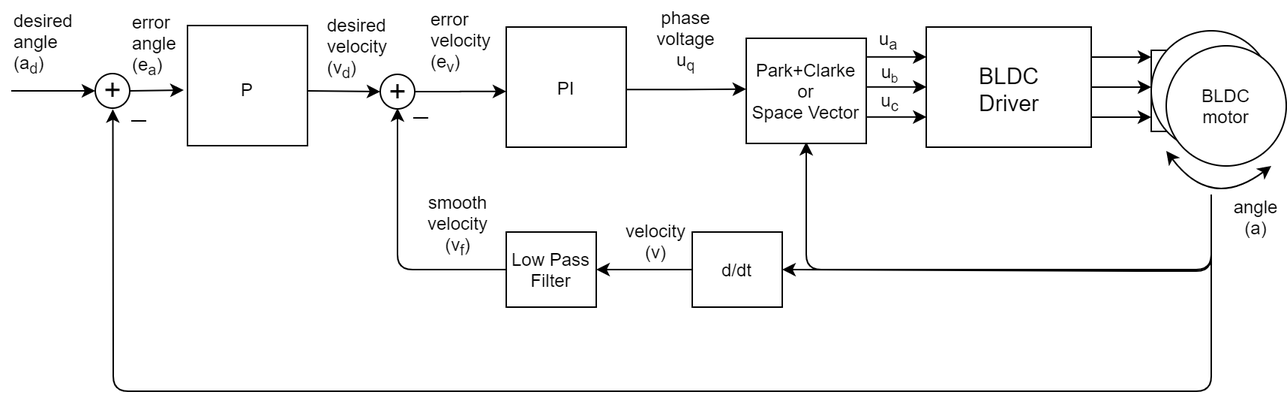
Earlier version of the draw.io export extras/Images/angle_loop.png (zhangzq71/Arduino-FOC). Source tidied: cells renumbered, new cells last; positions are measured from the earlier drawing's top-left corner, leaving out a move shared by most shapes.
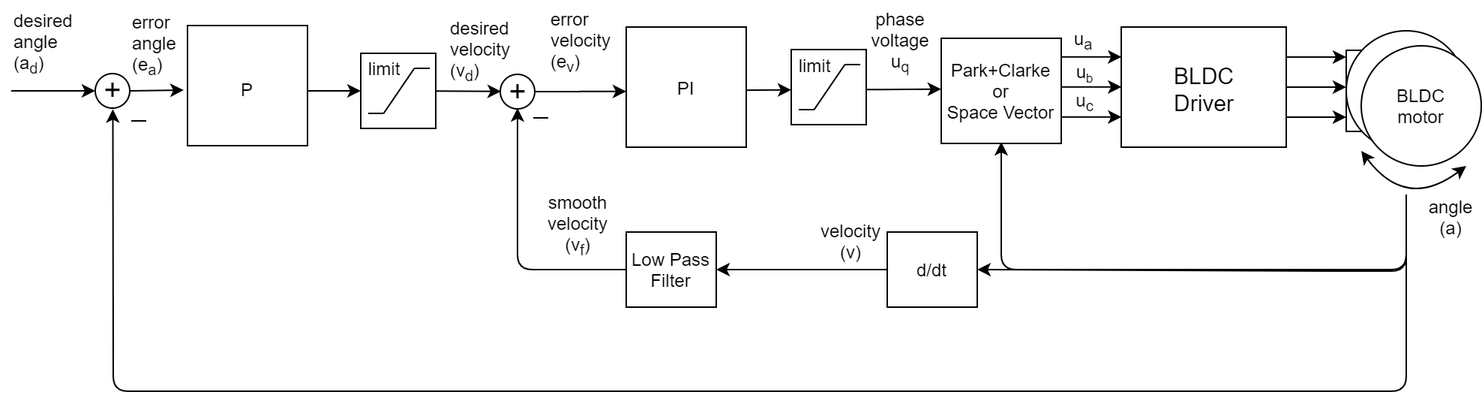
After the commit.

Change to the diagram source:
```diff
@@ -72,11 +72,20 @@
       <mxGeometry relative="1" as="geometry" />
     </mxCell>
     <mxCell id="18" style="ellipse;whiteSpace=wrap;html=1;strokeColor=#000000;" parent="1" vertex="1">
-      <mxGeometry x="246" y="49" width="23" height="23" as="geometry" />
+      <mxGeometry x="196" y="49" width="23" height="23" as="geometry" />
     </mxCell>
     <mxCell id="19" style="group;" parent="1" vertex="1">
-      <mxGeometry x="330" y="17.5" width="80" height="80" as="geometry" />
+      <mxGeometry x="280" y="17.5" width="80" height="80" as="geometry" />
     </mxCell>
+    <mxCell id="58" style="edgeStyle=orthogonalEdgeStyle;rounded=0;orthogonalLoop=1;jettySize=auto;html=1;exitX=1;exitY=0.5;exitDx=0;exitDy=0;entryX=0;entryY=0.463;entryDx=0;entryDy=0;entryPerimeter=0;" parent="19" edge="1">
+      <mxGeometry relative="1" as="geometry">
+        <mxPoint x="30" y="42.1" as="sourcePoint" />
+        <mxPoint x="110" y="41.8" as="targetPoint" />
+        <Array as="points">
+          <mxPoint x="70.1" y="42" />
+        </Array>
+      </mxGeometry>
+    </mxCell>
     <mxCell id="20" style="whiteSpace=wrap;html=1;strokeColor=#000000;" parent="19" vertex="1">
       <mxGeometry width="80" height="80" as="geometry" />
     </mxCell>
@@ -84,7 +93,7 @@
       <mxGeometry y="22.5" width="80" height="35" as="geometry" />
     </mxCell>
     <mxCell id="22" style="group;" parent="1" vertex="1">
-      <mxGeometry x="117.5" y="16.5" width="80" height="82.5" as="geometry" />
+      <mxGeometry x="-12.5" y="16.5" width="80" height="82.5" as="geometry" />
     </mxCell>
     <mxCell id="23" style="whiteSpace=wrap;html=1;strokeColor=#000000;" parent="22" vertex="1">
       <mxGeometry width="80" height="80" as="geometry" />
@@ -93,16 +102,16 @@
       <mxGeometry x="22.5" y="2.5" width="35" height="80" as="geometry" />
     </mxCell>
     <mxCell id="25" style="ellipse;whiteSpace=wrap;html=1;strokeColor=#000000;" parent="1" vertex="1">
-      <mxGeometry x="56" y="48.5" width="23" height="23" as="geometry" />
+      <mxGeometry x="-74" y="48.5" width="23" height="23" as="geometry" />
     </mxCell>
     <mxCell id="26" style="endArrow=classic;html=1;exitX=1;exitY=0.5;exitDx=0;exitDy=0;" parent="1" edge="1" source="25">
       <mxGeometry relative="1" as="geometry">
-        <mxPoint x="115" y="59.5" as="targetPoint" />
+        <mxPoint x="-15" y="59.5" as="targetPoint" />
       </mxGeometry>
     </mxCell>
-    <mxCell id="27" style="endArrow=classic;html=1;entryX=0;entryY=0.5;entryDx=0;entryDy=0;" parent="1" edge="1" target="18">
+    <mxCell id="27" style="endArrow=classic;html=1;entryX=0;entryY=0.5;entryDx=0;entryDy=0;" parent="1" edge="1" target="65">
       <mxGeometry relative="1" as="geometry">
-        <mxPoint x="197.5" y="60" as="sourcePoint" />
+        <mxPoint x="67.5" y="60" as="sourcePoint" />
       </mxGeometry>
     </mxCell>
     <mxCell id="28" style="edgeStyle=orthogonalEdgeStyle;rounded=0;orthogonalLoop=1;jettySize=auto;html=1;exitX=1;exitY=0.5;exitDx=0;exitDy=0;entryX=0;entryY=0.463;entryDx=0;entryDy=0;entryPerimeter=0;" parent="1" edge="1">
@@ -119,35 +128,35 @@
         <mxPoint x="800" y="130" as="sourcePoint" />
         <Array as="points">
           <mxPoint x="800" y="260" />
-          <mxPoint x="68" y="260" />
+          <mxPoint x="-62" y="260" />
         </Array>
       </mxGeometry>
     </mxCell>
     <mxCell id="30" style="endArrow=classic;html=1;entryX=0;entryY=0.5;entryDx=0;entryDy=0;" parent="1" edge="1" target="25">
       <mxGeometry relative="1" as="geometry">
-        <mxPoint y="60" as="sourcePoint" />
+        <mxPoint x="-130" y="60" as="sourcePoint" />
       </mxGeometry>
     </mxCell>
     <mxCell id="31" style="endArrow=none;html=1;" parent="1" edge="1">
       <mxGeometry relative="1" as="geometry">
-        <mxPoint x="80" y="80" as="sourcePoint" />
-        <mxPoint x="90" y="80" as="targetPoint" />
+        <mxPoint x="-50" y="80" as="sourcePoint" />
+        <mxPoint x="-40" y="80" as="targetPoint" />
         <Array as="points">
-          <mxPoint x="80" y="80" />
+          <mxPoint x="-50" y="80" />
         </Array>
       </mxGeometry>
     </mxCell>
     <mxCell id="32" style="endArrow=none;html=1;" parent="1" edge="1">
       <mxGeometry relative="1" as="geometry">
-        <mxPoint x="268" y="78" as="sourcePoint" />
-        <mxPoint x="278" y="78" as="targetPoint" />
+        <mxPoint x="218" y="78" as="sourcePoint" />
+        <mxPoint x="228" y="78" as="targetPoint" />
       </mxGeometry>
     </mxCell>
     <mxCell id="33" value="&lt;font style=&quot;font-size: 20px&quot;&gt;+&lt;/font&gt;" style="text;html=1;strokeColor=none;fillColor=none;align=center;verticalAlign=middle;whiteSpace=wrap;rounded=0;" parent="1" vertex="1">
-      <mxGeometry x="57.5" y="48" width="20" height="22" as="geometry" />
+      <mxGeometry x="-72.5" y="48" width="20" height="22" as="geometry" />
     </mxCell>
     <mxCell id="34" value="&lt;font style=&quot;font-size: 20px&quot;&gt;+&lt;/font&gt;" style="text;html=1;strokeColor=none;fillColor=none;align=center;verticalAlign=middle;whiteSpace=wrap;rounded=0;" parent="1" vertex="1">
-      <mxGeometry x="248.5" y="47.5" width="18" height="24" as="geometry" />
+      <mxGeometry x="198.5" y="47.5" width="18" height="24" as="geometry" />
     </mxCell>
     <mxCell id="35" style="edgeStyle=orthogonalEdgeStyle;rounded=1;jettySize=auto;html=1;exitX=0;exitY=0.5;exitDx=0;exitDy=0;entryX=0.5;entryY=1;entryDx=0;entryDy=0;" parent="1" edge="1" source="55" target="34">
       <mxGeometry relative="1" as="geometry" />
@@ -168,13 +177,13 @@
       <mxGeometry x="810" y="134" width="40" height="20" as="geometry" />
     </mxCell>
     <mxCell id="39" value="&lt;span style=&quot;text-align: center ; white-space: normal&quot;&gt;error&lt;br&gt;angle&amp;nbsp;&lt;br&gt;(e&lt;sub&gt;a&lt;/sub&gt;)&lt;/span&gt;" style="text;html=1;align=left;verticalAlign=top;spacingTop=-4;" parent="1" vertex="1">
-      <mxGeometry x="79" y="5" width="50" height="50" as="geometry" />
+      <mxGeometry x="-51" y="5" width="50" height="50" as="geometry" />
     </mxCell>
     <mxCell id="40" value="&lt;span style=&quot;text-align: center ; white-space: normal&quot;&gt;error&lt;br&gt;velocity&amp;nbsp;&lt;br&gt;(e&lt;sub&gt;v&lt;/sub&gt;)&lt;/span&gt;" style="text;html=1;align=left;verticalAlign=top;spacingTop=-4;" parent="1" vertex="1">
-      <mxGeometry x="277.5" y="2.5" width="60" height="50" as="geometry" />
+      <mxGeometry x="227.5" y="2.5" width="60" height="50" as="geometry" />
     </mxCell>
     <mxCell id="41" value="phase voltage u&lt;sub&gt;q&lt;/sub&gt;" style="text;html=1;strokeColor=none;fillColor=none;align=center;verticalAlign=middle;whiteSpace=wrap;rounded=0;" parent="1" vertex="1">
-      <mxGeometry x="430" y="16.5" width="40" height="20" as="geometry" />
+      <mxGeometry x="443" y="17.5" width="40" height="20" as="geometry" />
     </mxCell>
     <mxCell id="42" value="u&lt;sub&gt;a&lt;/sub&gt;" style="text;html=1;strokeColor=none;fillColor=none;align=center;verticalAlign=middle;whiteSpace=wrap;rounded=0;" parent="1" vertex="1">
       <mxGeometry x="570" y="16.5" width="30" height="20" as="geometry" />
@@ -186,10 +195,10 @@
       <mxGeometry x="571" y="38" width="30" height="20" as="geometry" />
     </mxCell>
     <mxCell id="45" value="desired&lt;br&gt;angle&lt;br&gt;(a&lt;sub&gt;d&lt;/sub&gt;)" style="text;html=1;" parent="1" vertex="1">
-      <mxGeometry width="40" height="70" as="geometry" />
+      <mxGeometry x="-130" width="40" height="70" as="geometry" />
     </mxCell>
     <mxCell id="46" value="&lt;span style=&quot;text-align: center ; white-space: normal&quot;&gt;desired&lt;br&gt;velocity&lt;br&gt;(v&lt;/span&gt;&lt;sub style=&quot;text-align: center ; white-space: normal&quot;&gt;d&lt;/sub&gt;&lt;span style=&quot;text-align: center ; white-space: normal&quot;&gt;)&lt;/span&gt;" style="text;html=1;" parent="1" vertex="1">
-      <mxGeometry x="208.5" y="2.5" width="40" height="70" as="geometry" />
+      <mxGeometry x="160.5" y="5" width="40" height="70" as="geometry" />
     </mxCell>
     <mxCell id="47" style="endArrow=classic;html=1;entryX=0.5;entryY=1;entryDx=0;entryDy=0;" parent="1" edge="1">
       <mxGeometry relative="1" as="geometry">
@@ -223,13 +232,72 @@
       <mxGeometry relative="1" as="geometry" />
     </mxCell>
     <mxCell id="55" value="Low Pass&lt;br&gt;Filter" style="rounded=0;whiteSpace=wrap;html=1;strokeColor=#000000;" parent="1" vertex="1">
-      <mxGeometry x="330" y="154" width="60" height="50" as="geometry" />
+      <mxGeometry x="280" y="154" width="60" height="50" as="geometry" />
     </mxCell>
     <mxCell id="56" value="smooth&lt;br&gt;velocity (v&lt;sub&gt;f&lt;/sub&gt;)" style="text;html=1;strokeColor=none;fillColor=none;align=center;verticalAlign=middle;whiteSpace=wrap;rounded=0;" parent="1" vertex="1">
-      <mxGeometry x="277.5" y="140" width="40" height="20" as="geometry" />
+      <mxGeometry x="227.5" y="140" width="40" height="20" as="geometry" />
     </mxCell>
     <mxCell id="57" value="Park+Clarke&lt;br&gt;or&lt;br&gt;Space Vector" style="rounded=0;whiteSpace=wrap;html=1;" parent="1" vertex="1">
       <mxGeometry x="490" y="25" width="80" height="70" as="geometry" />
     </mxCell>
+    <mxCell id="59" style="whiteSpace=wrap;html=1;" parent="1" vertex="1">
+      <mxGeometry x="390" y="32.5" width="50" height="50" as="geometry" />
+    </mxCell>
+    <mxCell id="60" style="group;" parent="1" vertex="1">
+      <mxGeometry x="395" y="42.5" width="41" height="30" as="geometry" />
+    </mxCell>
+    <mxCell id="61" style="endArrow=none;html=1;" parent="60" edge="1">
+      <mxGeometry relative="1" as="geometry">
+        <mxPoint x="10.2" y="30" as="sourcePoint" />
+        <mxPoint x="30.8" as="targetPoint" />
+      </mxGeometry>
+    </mxCell>
+    <mxCell id="62" style="endArrow=none;html=1;" parent="60" edge="1">
+      <mxGeometry relative="1" as="geometry">
+        <mxPoint x="30.8" as="sourcePoint" />
+        <mxPoint x="41" as="targetPoint" />
+      </mxGeometry>
+    </mxCell>
+    <mxCell id="63" style="endArrow=none;html=1;" parent="60" edge="1">
+      <mxGeometry relative="1" as="geometry">
+        <mxPoint y="30" as="sourcePoint" />
+        <mxPoint x="10.2" y="30" as="targetPoint" />
+      </mxGeometry>
+    </mxCell>
+    <mxCell id="64" value="limit" style="text;html=1;strokeColor=none;fillColor=none;align=center;verticalAlign=middle;whiteSpace=wrap;rounded=0;" parent="1" vertex="1">
+      <mxGeometry x="386" y="32.5" width="40" height="20" as="geometry" />
+    </mxCell>
+    <mxCell id="65" style="whiteSpace=wrap;html=1;" parent="1" vertex="1">
+      <mxGeometry x="103" y="35" width="50" height="50" as="geometry" />
+    </mxCell>
+    <mxCell id="66" style="group;" parent="1" vertex="1">
+      <mxGeometry x="108" y="45" width="41" height="30" as="geometry" />
+    </mxCell>
+    <mxCell id="67" style="endArrow=none;html=1;" parent="66" edge="1">
+      <mxGeometry relative="1" as="geometry">
+        <mxPoint x="10.2" y="30" as="sourcePoint" />
+        <mxPoint x="30.8" as="targetPoint" />
+      </mxGeometry>
+    </mxCell>
+    <mxCell id="68" style="endArrow=none;html=1;" parent="66" edge="1">
+      <mxGeometry relative="1" as="geometry">
+        <mxPoint x="30.8" as="sourcePoint" />
+        <mxPoint x="41" as="targetPoint" />
+      </mxGeometry>
+    </mxCell>
+    <mxCell id="69" style="endArrow=none;html=1;" parent="66" edge="1">
+      <mxGeometry relative="1" as="geometry">
+        <mxPoint y="30" as="sourcePoint" />
+        <mxPoint x="10.2" y="30" as="targetPoint" />
+      </mxGeometry>
+    </mxCell>
+    <mxCell id="70" value="limit" style="text;html=1;strokeColor=none;fillColor=none;align=center;verticalAlign=middle;whiteSpace=wrap;rounded=0;" parent="1" vertex="1">
+      <mxGeometry x="99" y="35" width="40" height="20" as="geometry" />
+    </mxCell>
+    <mxCell id="71" style="endArrow=classic;html=1;entryX=0;entryY=0.5;entryDx=0;entryDy=0;" parent="1" edge="1" source="65">
+      <mxGeometry relative="1" as="geometry">
+        <mxPoint x="196.5" y="60.4" as="targetPoint" />
+      </mxGeometry>
+    </mxCell>
   </root>
 </mxGraphModel>
```
